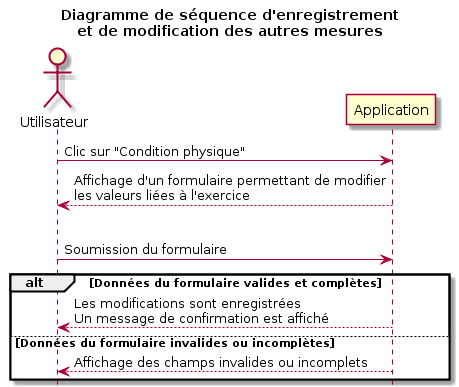
This is diagrams/images/EnregistrementAutresMesures.png from SharafGabel/GYMTONIK, a PlantUML export, as it was before one commit.
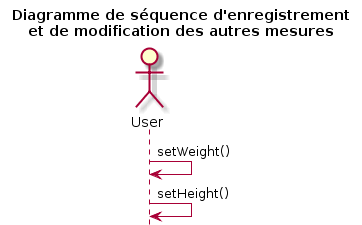
Later version of the same file.

The edit, as a diff of the source:
```diff
@@ -1,20 +1,10 @@
 @startuml
 hide footbox
-actor Utilisateur
+actor User
 
 title Diagramme de séquence d'enregistrement\net de modification des autres mesures
 
-Utilisateur -> Application: Clic sur "Condition physique"
-Utilisateur <-- Application: Affichage d'un formulaire permettant de modifier\nles valeurs liées à l'exercice
-|||
-Utilisateur -> Application: Soumission du formulaire
+User->User: setWeight()
+User->User: setHeight()
 
-alt Données du formulaire valides et complètes
-
-    Utilisateur <-- Application: Les modifications sont enregistrées\nUn message de confirmation est affiché
-
-else Données du formulaire invalides ou incomplètes
-
-    Utilisateur <-- Application: Affichage des champs invalides ou incomplets
-end
 @enduml
```
